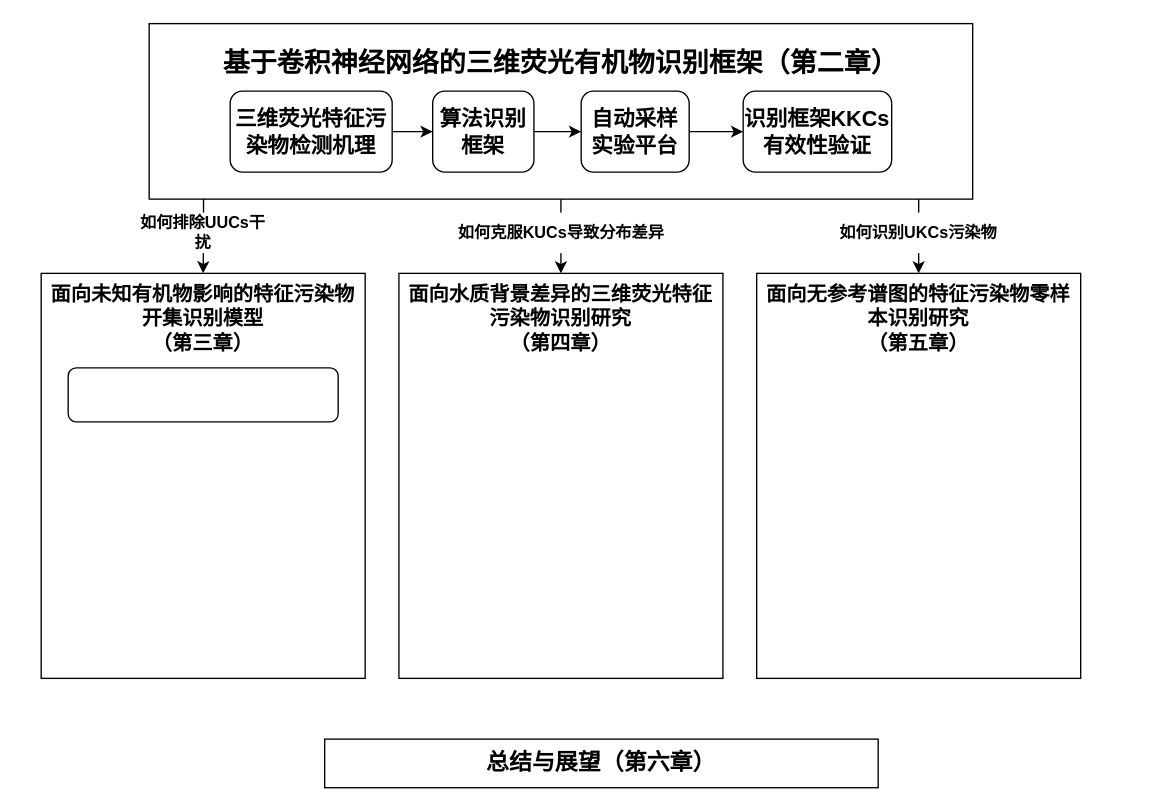
Above: thesis.drawio in chbambooshoot/digram (draw.io), before the change. Source tidied: cells renumbered, new cells numbered last; positions are measured from the earlier drawing's top-left corner, leaving out a move shared by most shapes. Both pictures are drawn from the tidied source at 135%, with x=0, y=0 at pixel (40, 23).
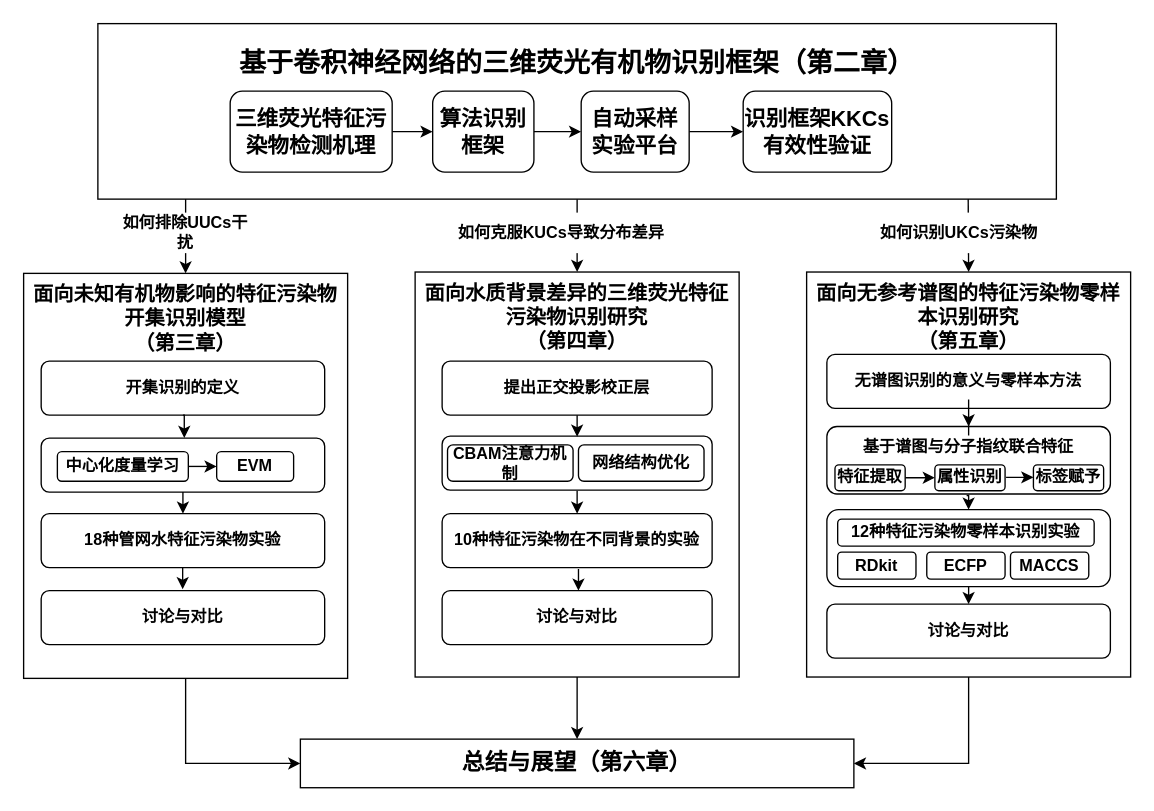
The same diagram, later.

Change to the diagram source:
```diff
@@
     <mxCell id="3" value="&lt;font size=&quot;1&quot; style=&quot;&quot;&gt;&lt;span style=&quot;text-indent: 0cm; background-color: initial;&quot;&gt;&lt;b style=&quot;font-size: 20px;&quot;&gt;基于卷积神经网络的三维荧光有机物识别框架（第二章）&lt;br&gt;&lt;/b&gt;&lt;/span&gt;&lt;/font&gt;&lt;br&gt;&lt;br&gt;&lt;br&gt;&lt;br&gt;&lt;h1 style=&quot;text-indent:0cm;mso-list:l0 level1 lfo1&quot;&gt;&lt;span lang=&quot;EN-US&quot;&gt;&lt;/span&gt;&lt;/h1&gt;" style="rounded=0;whiteSpace=wrap;html=1;fontFamily=仿宋;" parent="1" vertex="1">
-      <mxGeometry x="80" width="610" height="130" as="geometry" />
+      <mxGeometry x="42" width="710" height="130" as="geometry" />
     </mxCell>
-    <mxCell id="4" value="&lt;font style=&quot;border-color: var(--border-color); font-size: 15px;&quot;&gt;&lt;b style=&quot;border-color: var(--border-color); font-size: 15px;&quot;&gt;面向未知有机物影响的特征污染物开集识别模型&lt;br&gt;（第三章）&lt;br&gt;&lt;br&gt;&lt;br&gt;&lt;br&gt;&lt;br&gt;&lt;br style=&quot;font-size: 15px;&quot;&gt;&lt;br style=&quot;font-size: 15px;&quot;&gt;&lt;br style=&quot;font-size: 15px;&quot;&gt;&lt;br style=&quot;font-size: 15px;&quot;&gt;&lt;br style=&quot;font-size: 15px;&quot;&gt;&lt;br style=&quot;font-size: 15px;&quot;&gt;&lt;br style=&quot;font-size: 15px;&quot;&gt;&lt;br style=&quot;font-size: 15px;&quot;&gt;&lt;br style=&quot;border-color: var(--border-color); font-size: 15px;&quot;&gt;&lt;/b&gt;&lt;/font&gt;" style="rounded=0;whiteSpace=wrap;html=1;fontFamily=仿宋;fontSize=15;" parent="1" vertex="1">
-      <mxGeometry y="185" width="240" height="300" as="geometry" />
-    </mxCell>
-    <mxCell id="5" value="&lt;font style=&quot;border-color: var(--border-color); font-size: 15px;&quot;&gt;&lt;b style=&quot;border-color: var(--border-color); font-size: 15px;&quot;&gt;面向水质背景差异的三维荧光特征污染物识别研究&lt;br style=&quot;font-size: 15px;&quot;&gt;（第四章）&lt;br&gt;&lt;br&gt;&lt;br&gt;&lt;br&gt;&lt;br&gt;&lt;br style=&quot;font-size: 15px;&quot;&gt;&lt;b style=&quot;border-color: var(--border-color); font-size: 15px;&quot;&gt;&lt;br style=&quot;border-color: var(--border-color); font-size: 15px;&quot;&gt;&lt;br style=&quot;border-color: var(--border-color); font-size: 15px;&quot;&gt;&lt;br style=&quot;border-color: var(--border-color); font-size: 15px;&quot;&gt;&lt;br style=&quot;border-color: var(--border-color); font-size: 15px;&quot;&gt;&lt;br style=&quot;border-color: var(--border-color); font-size: 15px;&quot;&gt;&lt;br style=&quot;border-color: var(--border-color); font-size: 15px;&quot;&gt;&lt;br style=&quot;border-color: var(--border-color); font-size: 15px;&quot;&gt;&lt;br style=&quot;border-color: var(--border-color); font-size: 15px;&quot;&gt;&lt;/b&gt;&lt;/b&gt;&lt;/font&gt;" style="rounded=0;whiteSpace=wrap;html=1;fontFamily=仿宋;fontSize=15;" parent="1" vertex="1">
-      <mxGeometry x="265" y="185" width="240" height="300" as="geometry" />
-    </mxCell>
-    <mxCell id="6" value="&lt;font style=&quot;border-color: var(--border-color); font-size: 15px;&quot;&gt;&lt;b style=&quot;border-color: var(--border-color); font-size: 15px;&quot;&gt;面向无参考谱图的特征污染物零样本识别研究&lt;br style=&quot;font-size: 15px;&quot;&gt;（第五章）&lt;br&gt;&lt;br&gt;&lt;br&gt;&lt;br&gt;&lt;br&gt;&lt;br style=&quot;font-size: 15px;&quot;&gt;&lt;b style=&quot;border-color: var(--border-color); font-size: 15px;&quot;&gt;&lt;br style=&quot;border-color: var(--border-color); font-size: 15px;&quot;&gt;&lt;br style=&quot;border-color: var(--border-color); font-size: 15px;&quot;&gt;&lt;br style=&quot;border-color: var(--border-color); font-size: 15px;&quot;&gt;&lt;br style=&quot;border-color: var(--border-color); font-size: 15px;&quot;&gt;&lt;br style=&quot;border-color: var(--border-color); font-size: 15px;&quot;&gt;&lt;br style=&quot;border-color: var(--border-color); font-size: 15px;&quot;&gt;&lt;br style=&quot;border-color: var(--border-color); font-size: 15px;&quot;&gt;&lt;br style=&quot;border-color: var(--border-color); font-size: 15px;&quot;&gt;&lt;/b&gt;&lt;/b&gt;&lt;/font&gt;" style="rounded=0;whiteSpace=wrap;html=1;fontFamily=仿宋;fontSize=15;" parent="1" vertex="1">
-      <mxGeometry x="530" y="185" width="240" height="300" as="geometry" />
-    </mxCell>
+    <mxCell id="21" style="edgeStyle=orthogonalEdgeStyle;rounded=0;jettySize=auto;html=1;" parent="1" edge="1" source="5" target="7">
+      <mxGeometry relative="1" as="geometry" />
+    </mxCell>
+    <mxCell id="22" style="edgeStyle=orthogonalEdgeStyle;rounded=0;jettySize=auto;html=1;exitX=0.908;exitY=1;exitDx=0;exitDy=0;exitPerimeter=0;entryX=0.5;entryY=0;entryDx=0;entryDy=0;" parent="1" edge="1" source="3" target="6">
+      <mxGeometry relative="1" as="geometry">
+        <Array as="points">
+          <mxPoint x="687" y="130" />
+        </Array>
+      </mxGeometry>
+    </mxCell>
+    <mxCell id="23" style="edgeStyle=orthogonalEdgeStyle;rounded=0;jettySize=auto;html=1;entryX=1;entryY=0.5;entryDx=0;entryDy=0;" parent="1" edge="1" source="6" target="7">
+      <mxGeometry relative="1" as="geometry" />
+    </mxCell>
     <mxCell id="7" value="&lt;b&gt;&lt;font style=&quot;font-size: 17px;&quot;&gt;总结与展望（第六章）&lt;/font&gt;&lt;/b&gt;" style="rounded=0;whiteSpace=wrap;html=1;fontFamily=仿宋;" parent="1" vertex="1">
-      <mxGeometry x="210" y="530" width="410" height="36" as="geometry" />
+      <mxGeometry x="192" y="530" width="410" height="36" as="geometry" />
     </mxCell>
@@
-    <mxCell id="15" style="edgeStyle=orthogonalEdgeStyle;rounded=0;jettySize=auto;html=1;exitX=0.066;exitY=0.998;exitDx=0;exitDy=0;exitPerimeter=0;entryX=0.5;entryY=0;entryDx=0;entryDy=0;" parent="1" edge="1" source="3" target="4">
-      <mxGeometry relative="1" as="geometry" />
+    <mxCell id="15" style="edgeStyle=orthogonalEdgeStyle;rounded=0;jettySize=auto;html=1;entryX=0.5;entryY=0;entryDx=0;entryDy=0;" parent="1" edge="1" target="4">
+      <mxGeometry relative="1" as="geometry">
+        <mxPoint x="107" y="130" as="sourcePoint" />
+        <Array as="points">
+          <mxPoint x="107" y="140" />
+          <mxPoint x="107" y="140" />
+        </Array>
+      </mxGeometry>
     </mxCell>
-    <mxCell id="16" style="edgeStyle=orthogonalEdgeStyle;rounded=0;jettySize=auto;html=1;entryX=0.5;entryY=0;entryDx=0;entryDy=0;" parent="1" edge="1" target="6">
-      <mxGeometry relative="1" as="geometry">
-        <mxPoint x="650" y="130" as="sourcePoint" />
-        <Array as="points">
-          <mxPoint x="650" y="130" />
-        </Array>
-      </mxGeometry>
-    </mxCell>
-    <mxCell id="17" style="rounded=1;whiteSpace=wrap;html=1;" parent="1" vertex="1">
-      <mxGeometry x="20" y="255" width="200" height="40" as="geometry" />
-    </mxCell>
     <mxCell id="18" value="如何排除UUCs干扰" style="text;html=1;align=center;verticalAlign=middle;whiteSpace=wrap;rounded=0;fontFamily=仿宋;fontStyle=1;fillColor=default;" parent="1" vertex="1">
-      <mxGeometry x="70" y="140" width="100" height="30" as="geometry" />
+      <mxGeometry x="57" y="140" width="100" height="30" as="geometry" />
     </mxCell>
@@
     <mxCell id="20" value="如何识别UKCs污染物" style="text;html=1;strokeColor=none;fillColor=default;align=center;verticalAlign=middle;whiteSpace=wrap;rounded=0;fontFamily=仿宋;fontStyle=1;" parent="1" vertex="1">
-      <mxGeometry x="590" y="140" width="120" height="30" as="geometry" />
+      <mxGeometry x="620" y="140" width="120" height="30" as="geometry" />
     </mxCell>
+    <mxCell id="24" style="edgeStyle=orthogonalEdgeStyle;rounded=0;jettySize=auto;html=1;entryX=0;entryY=0.5;entryDx=0;entryDy=0;" parent="1" edge="1" source="4" target="7">
+      <mxGeometry relative="1" as="geometry" />
+    </mxCell>
+    <mxCell id="25" style="group;" parent="1" vertex="1">
+      <mxGeometry x="-13" y="185" width="240" height="300" as="geometry" />
+    </mxCell>
+    <mxCell id="4" value="&lt;font style=&quot;border-color: var(--border-color); font-size: 15px;&quot;&gt;&lt;b style=&quot;border-color: var(--border-color); font-size: 15px;&quot;&gt;面向未知有机物影响的特征污染物开集识别模型&lt;br&gt;（第三章）&lt;br&gt;&lt;br&gt;&lt;br&gt;&lt;br&gt;&lt;br&gt;&lt;br style=&quot;font-size: 15px;&quot;&gt;&lt;br style=&quot;font-size: 15px;&quot;&gt;&lt;br style=&quot;font-size: 15px;&quot;&gt;&lt;br style=&quot;font-size: 15px;&quot;&gt;&lt;br style=&quot;font-size: 15px;&quot;&gt;&lt;br style=&quot;font-size: 15px;&quot;&gt;&lt;br style=&quot;font-size: 15px;&quot;&gt;&lt;br style=&quot;font-size: 15px;&quot;&gt;&lt;br style=&quot;border-color: var(--border-color); font-size: 15px;&quot;&gt;&lt;/b&gt;&lt;/font&gt;" style="rounded=0;whiteSpace=wrap;html=1;fontFamily=仿宋;fontSize=15;" parent="25" vertex="1">
+      <mxGeometry width="240" height="300" as="geometry" />
+    </mxCell>
+    <mxCell id="26" style="rounded=1;whiteSpace=wrap;html=1;fontFamily=仿宋;fontStyle=1;" parent="25" vertex="1">
+      <mxGeometry x="13" y="122" width="210" height="40" as="geometry" />
+    </mxCell>
+    <mxCell id="27" style="edgeStyle=orthogonalEdgeStyle;rounded=0;jettySize=auto;html=1;exitX=0.5;exitY=1;exitDx=0;exitDy=0;" parent="25" edge="1" source="26" target="30">
+      <mxGeometry relative="1" as="geometry">
+        <Array as="points">
+          <mxPoint x="118" y="165" />
+          <mxPoint x="118" y="165" />
+        </Array>
+      </mxGeometry>
+    </mxCell>
+    <mxCell id="17" value="开集识别的定义" style="rounded=1;whiteSpace=wrap;html=1;fontFamily=仿宋;fontStyle=1;" parent="25" vertex="1">
+      <mxGeometry x="13" y="65" width="210" height="40" as="geometry" />
+    </mxCell>
+    <mxCell id="28" value="中心化度量学习" style="rounded=1;whiteSpace=wrap;html=1;fontFamily=仿宋;fontStyle=1;" parent="25" vertex="1">
+      <mxGeometry x="25" y="132" width="97" height="22" as="geometry" />
+    </mxCell>
+    <mxCell id="29" value="EVM" style="rounded=1;whiteSpace=wrap;html=1;fontFamily=仿宋;fontStyle=1;" parent="25" vertex="1">
+      <mxGeometry x="143" y="132" width="57" height="22" as="geometry" />
+    </mxCell>
+    <mxCell id="30" value="18种管网水特征污染物实验" style="rounded=1;whiteSpace=wrap;html=1;fontFamily=仿宋;fontStyle=1;" parent="25" vertex="1">
+      <mxGeometry x="13" y="178" width="210" height="40" as="geometry" />
+    </mxCell>
+    <mxCell id="31" value="讨论与对比" style="rounded=1;whiteSpace=wrap;html=1;fontFamily=仿宋;fontStyle=1;" parent="25" vertex="1">
+      <mxGeometry x="13" y="235" width="210" height="40" as="geometry" />
+    </mxCell>
+    <mxCell id="32" style="endArrow=classic;html=1;rounded=0;exitX=1;exitY=0.5;exitDx=0;exitDy=0;entryX=0;entryY=0.5;entryDx=0;entryDy=0;" parent="25" edge="1" source="28" target="29">
+      <mxGeometry relative="1" as="geometry" />
+    </mxCell>
+    <mxCell id="33" style="edgeStyle=orthogonalEdgeStyle;rounded=0;jettySize=auto;html=1;exitX=0.5;exitY=1;exitDx=0;exitDy=0;" parent="25" edge="1" source="17">
+      <mxGeometry relative="1" as="geometry">
+        <mxPoint x="119" y="122" as="targetPoint" />
+        <Array as="points">
+          <mxPoint x="119" y="105" />
+        </Array>
+      </mxGeometry>
+    </mxCell>
+    <mxCell id="34" style="edgeStyle=orthogonalEdgeStyle;rounded=0;orthogonalLoop=1;jettySize=auto;html=1;exitX=0.5;exitY=1;exitDx=0;exitDy=0;" parent="25" edge="1">
+      <mxGeometry relative="1" as="geometry">
+        <mxPoint x="117.8" y="218" as="sourcePoint" />
+        <mxPoint x="117.8" y="234" as="targetPoint" />
+        <Array as="points">
+          <mxPoint x="117.8" y="221" />
+          <mxPoint x="117.8" y="221" />
+        </Array>
+      </mxGeometry>
+    </mxCell>
+    <mxCell id="35" style="group;" parent="1" vertex="1">
+      <mxGeometry x="277" y="184" width="240" height="300" as="geometry" />
+    </mxCell>
+    <mxCell id="5" value="&lt;font style=&quot;border-color: var(--border-color); font-size: 15px;&quot;&gt;&lt;b style=&quot;border-color: var(--border-color); font-size: 15px;&quot;&gt;面向水质背景差异的三维荧光特征污染物识别研究&lt;br style=&quot;font-size: 15px;&quot;&gt;（第四章）&lt;br&gt;&lt;br&gt;&lt;br&gt;&lt;br&gt;&lt;br&gt;&lt;br style=&quot;font-size: 15px;&quot;&gt;&lt;b style=&quot;border-color: var(--border-color); font-size: 15px;&quot;&gt;&lt;br style=&quot;border-color: var(--border-color); font-size: 15px;&quot;&gt;&lt;br style=&quot;border-color: var(--border-color); font-size: 15px;&quot;&gt;&lt;br style=&quot;border-color: var(--border-color); font-size: 15px;&quot;&gt;&lt;br style=&quot;border-color: var(--border-color); font-size: 15px;&quot;&gt;&lt;br style=&quot;border-color: var(--border-color); font-size: 15px;&quot;&gt;&lt;br style=&quot;border-color: var(--border-color); font-size: 15px;&quot;&gt;&lt;br style=&quot;border-color: var(--border-color); font-size: 15px;&quot;&gt;&lt;br style=&quot;border-color: var(--border-color); font-size: 15px;&quot;&gt;&lt;/b&gt;&lt;/b&gt;&lt;/font&gt;" style="rounded=0;whiteSpace=wrap;html=1;fontFamily=仿宋;fontSize=15;" parent="35" vertex="1">
+      <mxGeometry width="240" height="300" as="geometry" />
+    </mxCell>
+    <mxCell id="36" style="rounded=1;whiteSpace=wrap;html=1;fontFamily=仿宋;fontStyle=1;" parent="35" vertex="1">
+      <mxGeometry x="20" y="121.5" width="200" height="40" as="geometry" />
+    </mxCell>
+    <mxCell id="37" value="提出正交投影校正层" style="rounded=1;whiteSpace=wrap;html=1;fontFamily=仿宋;fontStyle=1;" parent="35" vertex="1">
+      <mxGeometry x="20" y="66" width="200" height="40" as="geometry" />
+    </mxCell>
+    <mxCell id="38" value="CBAM注意力机制" style="rounded=1;whiteSpace=wrap;html=1;fontFamily=仿宋;fontStyle=1;" parent="35" vertex="1">
+      <mxGeometry x="24" y="128" width="93" height="27" as="geometry" />
+    </mxCell>
+    <mxCell id="39" value="网络结构优化" style="rounded=1;whiteSpace=wrap;html=1;fontFamily=仿宋;fontStyle=1;" parent="35" vertex="1">
+      <mxGeometry x="121" y="128" width="93" height="27" as="geometry" />
+    </mxCell>
+    <mxCell id="40" value="10种特征污染物在不同背景的实验" style="rounded=1;whiteSpace=wrap;html=1;fontFamily=仿宋;fontStyle=1;" parent="35" vertex="1">
+      <mxGeometry x="20" y="179" width="200" height="40" as="geometry" />
+    </mxCell>
+    <mxCell id="41" value="讨论与对比" style="rounded=1;whiteSpace=wrap;html=1;fontFamily=仿宋;fontStyle=1;" parent="35" vertex="1">
+      <mxGeometry x="20" y="236" width="200" height="40" as="geometry" />
+    </mxCell>
+    <mxCell id="42" style="edgeStyle=orthogonalEdgeStyle;rounded=0;orthogonalLoop=1;jettySize=auto;html=1;" parent="35" edge="1">
+      <mxGeometry relative="1" as="geometry">
+        <mxPoint x="120" y="162" as="sourcePoint" />
+        <mxPoint x="120" y="179" as="targetPoint" />
+      </mxGeometry>
+    </mxCell>
+    <mxCell id="43" style="edgeStyle=orthogonalEdgeStyle;rounded=0;orthogonalLoop=1;jettySize=auto;html=1;" parent="35" edge="1">
+      <mxGeometry relative="1" as="geometry">
+        <mxPoint x="120" y="106" as="sourcePoint" />
+        <mxPoint x="120" y="122" as="targetPoint" />
+      </mxGeometry>
+    </mxCell>
+    <mxCell id="44" style="edgeStyle=orthogonalEdgeStyle;rounded=0;orthogonalLoop=1;jettySize=auto;html=1;exitX=0.5;exitY=1;exitDx=0;exitDy=0;" parent="35" edge="1">
+      <mxGeometry relative="1" as="geometry">
+        <mxPoint x="121" y="220" as="sourcePoint" />
+        <mxPoint x="121" y="236" as="targetPoint" />
+        <Array as="points">
+          <mxPoint x="121" y="223" />
+          <mxPoint x="121" y="223" />
+        </Array>
+      </mxGeometry>
+    </mxCell>
+    <mxCell id="45" style="group;" parent="1" vertex="1">
+      <mxGeometry x="567" y="184" width="240" height="300" as="geometry" />
+    </mxCell>
+    <mxCell id="6" value="&lt;font style=&quot;border-color: var(--border-color); font-size: 15px;&quot;&gt;&lt;b style=&quot;border-color: var(--border-color); font-size: 15px;&quot;&gt;面向无参考谱图的特征污染物零样本识别研究&lt;br style=&quot;font-size: 15px;&quot;&gt;（第五章）&lt;br&gt;&lt;br&gt;&lt;br&gt;&lt;br&gt;&lt;br&gt;&lt;br style=&quot;font-size: 15px;&quot;&gt;&lt;b style=&quot;border-color: var(--border-color); font-size: 15px;&quot;&gt;&lt;br style=&quot;border-color: var(--border-color); font-size: 15px;&quot;&gt;&lt;br style=&quot;border-color: var(--border-color); font-size: 15px;&quot;&gt;&lt;br style=&quot;border-color: var(--border-color); font-size: 15px;&quot;&gt;&lt;br style=&quot;border-color: var(--border-color); font-size: 15px;&quot;&gt;&lt;br style=&quot;border-color: var(--border-color); font-size: 15px;&quot;&gt;&lt;br style=&quot;border-color: var(--border-color); font-size: 15px;&quot;&gt;&lt;br style=&quot;border-color: var(--border-color); font-size: 15px;&quot;&gt;&lt;br style=&quot;border-color: var(--border-color); font-size: 15px;&quot;&gt;&lt;/b&gt;&lt;/b&gt;&lt;/font&gt;" style="rounded=0;whiteSpace=wrap;html=1;fontFamily=仿宋;fontSize=15;" parent="45" vertex="1">
+      <mxGeometry width="240" height="300" as="geometry" />
+    </mxCell>
+    <mxCell id="46" value="无谱图识别的意义与零样本方法" style="rounded=1;whiteSpace=wrap;html=1;fontFamily=仿宋;fontStyle=1;" parent="45" vertex="1">
+      <mxGeometry x="15" y="61" width="210" height="40" as="geometry" />
+    </mxCell>
+    <mxCell id="47" style="rounded=1;whiteSpace=wrap;html=1;fontFamily=仿宋;fontStyle=1;" parent="45" vertex="1">
+      <mxGeometry x="15" y="176" width="210" height="57" as="geometry" />
+    </mxCell>
+    <mxCell id="48" value="RDkit" style="rounded=1;whiteSpace=wrap;html=1;fontFamily=仿宋;fontStyle=1;" parent="45" vertex="1">
+      <mxGeometry x="23" y="207.5" width="58" height="20" as="geometry" />
+    </mxCell>
+    <mxCell id="49" value="ECFP" style="rounded=1;whiteSpace=wrap;html=1;fontFamily=仿宋;fontStyle=1;" parent="45" vertex="1">
+      <mxGeometry x="89" y="207.5" width="58" height="20" as="geometry" />
+    </mxCell>
+    <mxCell id="50" value="MACCS" style="rounded=1;whiteSpace=wrap;html=1;fontFamily=仿宋;fontStyle=1;" parent="45" vertex="1">
+      <mxGeometry x="151" y="207.5" width="58" height="20" as="geometry" />
+    </mxCell>
+    <mxCell id="51" value="12种特征污染物零样本识别实验" style="rounded=1;whiteSpace=wrap;html=1;fontFamily=仿宋;fontStyle=1;" parent="45" vertex="1">
+      <mxGeometry x="23" y="183" width="190" height="20" as="geometry" />
+    </mxCell>
+    <mxCell id="52" value="讨论与对比" style="rounded=1;whiteSpace=wrap;html=1;fontFamily=仿宋;fontStyle=1;" parent="45" vertex="1">
+      <mxGeometry x="15" y="246" width="210" height="40" as="geometry" />
+    </mxCell>
+    <mxCell id="53" style="edgeStyle=orthogonalEdgeStyle;rounded=0;jettySize=auto;html=1;entryX=0.5;entryY=0;entryDx=0;entryDy=0;" parent="45" edge="1" source="47" target="52">
+      <mxGeometry relative="1" as="geometry">
+        <Array as="points">
+          <mxPoint x="120" y="236" />
+          <mxPoint x="120" y="236" />
+        </Array>
+      </mxGeometry>
+    </mxCell>
+    <mxCell id="54" style="group;" parent="45" vertex="1">
+      <mxGeometry x="15" y="116.4" width="210" height="40" as="geometry" />
+    </mxCell>
+    <mxCell id="55" style="rounded=1;whiteSpace=wrap;html=1;fontFamily=仿宋;fontStyle=1;" parent="54" vertex="1">
+      <mxGeometry y="-2" width="210" height="50" as="geometry" />
+    </mxCell>
+    <mxCell id="56" style="edgeStyle=orthogonalEdgeStyle;rounded=0;jettySize=auto;html=1;entryX=0;entryY=0.5;entryDx=0;entryDy=0;" parent="54" edge="1" source="57" target="59">
+      <mxGeometry relative="1" as="geometry" />
+    </mxCell>
+    <mxCell id="57" value="特征提取" style="rounded=1;whiteSpace=wrap;html=1;fontFamily=仿宋;fontStyle=1;flipH=1;" parent="54" vertex="1">
+      <mxGeometry x="6" y="26.4" width="52" height="19.2" as="geometry" />
+    </mxCell>
+    <mxCell id="58" style="edgeStyle=orthogonalEdgeStyle;rounded=0;jettySize=auto;html=1;entryX=0;entryY=0.5;entryDx=0;entryDy=0;exitX=-0.014;exitY=0.484;exitDx=0;exitDy=0;exitPerimeter=0;" parent="54" edge="1" source="59" target="60">
+      <mxGeometry relative="1" as="geometry" />
+    </mxCell>
+    <mxCell id="59" value="属性识别" style="rounded=1;whiteSpace=wrap;html=1;fontFamily=仿宋;fontStyle=1;flipH=1;" parent="54" vertex="1">
+      <mxGeometry x="80" y="26.4" width="52" height="19.2" as="geometry" />
+    </mxCell>
+    <mxCell id="60" value="标签赋予" style="rounded=1;whiteSpace=wrap;html=1;fontFamily=仿宋;fontStyle=1;flipH=1;" parent="54" vertex="1">
+      <mxGeometry x="153" y="26.4" width="52" height="19.2" as="geometry" />
+    </mxCell>
+    <mxCell id="61" value="基于谱图与分子指纹联合特征" style="rounded=1;whiteSpace=wrap;html=1;fontFamily=仿宋;fontStyle=1;strokeColor=none;" parent="54" vertex="1">
+      <mxGeometry x="10" y="3.4" width="190" height="20" as="geometry" />
+    </mxCell>
+    <mxCell id="62" style="edgeStyle=orthogonalEdgeStyle;rounded=0;jettySize=auto;html=1;entryX=0.5;entryY=0;entryDx=0;entryDy=0;" parent="45" edge="1" source="46" target="55">
+      <mxGeometry relative="1" as="geometry" />
+    </mxCell>
+    <mxCell id="63" style="edgeStyle=orthogonalEdgeStyle;rounded=0;jettySize=auto;html=1;entryX=0.5;entryY=0;entryDx=0;entryDy=0;exitX=0.493;exitY=1.023;exitDx=0;exitDy=0;exitPerimeter=0;" parent="45" edge="1" source="55" target="47">
+      <mxGeometry relative="1" as="geometry" />
+    </mxCell>
```
